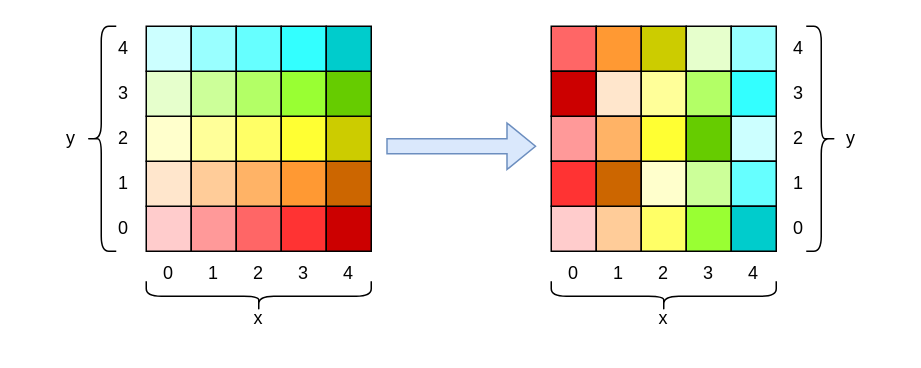
The draw.io diagram images/drawio templates/pi.drawio in niklaslorenz/abschlussarbeit, before the edit. Source tidied: cells renumbered, new cells numbered last; positions are measured from the earlier drawing's top-left corner, leaving out a move shared by most shapes. Both pictures are drawn from the tidied source at 150%, with x=0, y=0 at pixel (26, 26).
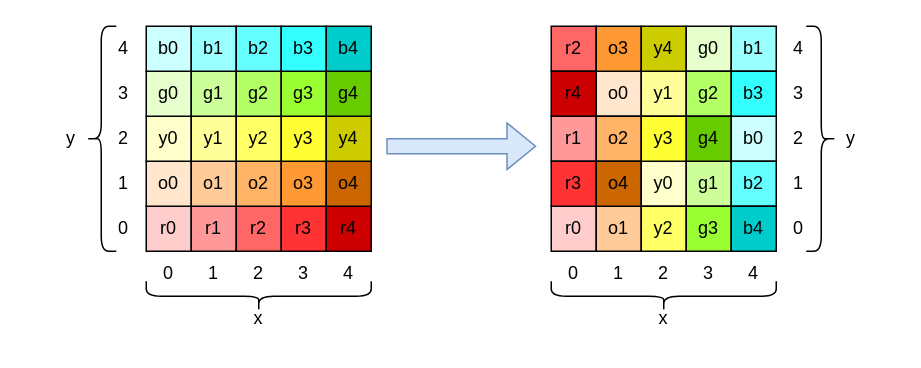
The same page after the edit.

The edit, as a diff of the source:
```diff
@@
-    <mxCell id="16" style="rounded=0;whiteSpace=wrap;html=1;fillColor=#FFCCCC;" parent="1" vertex="1">
+    <mxCell id="16" value="r0" style="rounded=0;whiteSpace=wrap;html=1;fillColor=#FFCCCC;" parent="1" vertex="1">
       <mxGeometry x="80" y="120" width="30" height="30" as="geometry" />
     </mxCell>
-    <mxCell id="17" style="rounded=0;whiteSpace=wrap;html=1;fillColor=#FF9999;" parent="1" vertex="1">
+    <mxCell id="17" value="r1" style="rounded=0;whiteSpace=wrap;html=1;fillColor=#FF9999;" parent="1" vertex="1">
       <mxGeometry x="110" y="120" width="30" height="30" as="geometry" />
     </mxCell>
-    <mxCell id="18" style="rounded=0;whiteSpace=wrap;html=1;fillColor=#FF6666;" parent="1" vertex="1">
+    <mxCell id="18" value="r2" style="rounded=0;whiteSpace=wrap;html=1;fillColor=#FF6666;" parent="1" vertex="1">
       <mxGeometry x="140" y="120" width="30" height="30" as="geometry" />
     </mxCell>
-    <mxCell id="19" style="rounded=0;whiteSpace=wrap;html=1;fillColor=#FF3333;" parent="1" vertex="1">
+    <mxCell id="19" value="r3" style="rounded=0;whiteSpace=wrap;html=1;fillColor=#FF3333;" parent="1" vertex="1">
       <mxGeometry x="170" y="120" width="30" height="30" as="geometry" />
     </mxCell>
-    <mxCell id="20" style="rounded=0;whiteSpace=wrap;html=1;fillColor=#CC0000;" parent="1" vertex="1">
+    <mxCell id="20" value="r4" style="rounded=0;whiteSpace=wrap;html=1;fillColor=#CC0000;" parent="1" vertex="1">
       <mxGeometry x="200" y="120" width="30" height="30" as="geometry" />
     </mxCell>
-    <mxCell id="21" style="rounded=0;whiteSpace=wrap;html=1;fillColor=#FFE6CC;" parent="1" vertex="1">
+    <mxCell id="21" value="o0" style="rounded=0;whiteSpace=wrap;html=1;fillColor=#FFE6CC;" parent="1" vertex="1">
       <mxGeometry x="80" y="90" width="30" height="30" as="geometry" />
     </mxCell>
-    <mxCell id="22" style="rounded=0;whiteSpace=wrap;html=1;fillColor=#FFCC99;" parent="1" vertex="1">
+    <mxCell id="22" value="o1" style="rounded=0;whiteSpace=wrap;html=1;fillColor=#FFCC99;" parent="1" vertex="1">
       <mxGeometry x="110" y="90" width="30" height="30" as="geometry" />
     </mxCell>
-    <mxCell id="23" style="rounded=0;whiteSpace=wrap;html=1;fillColor=#FFB366;" parent="1" vertex="1">
+    <mxCell id="23" value="o2" style="rounded=0;whiteSpace=wrap;html=1;fillColor=#FFB366;" parent="1" vertex="1">
       <mxGeometry x="140" y="90" width="30" height="30" as="geometry" />
     </mxCell>
-    <mxCell id="24" style="rounded=0;whiteSpace=wrap;html=1;fillColor=#FF9933;" parent="1" vertex="1">
+    <mxCell id="24" value="o3" style="rounded=0;whiteSpace=wrap;html=1;fillColor=#FF9933;" parent="1" vertex="1">
       <mxGeometry x="170" y="90" width="30" height="30" as="geometry" />
     </mxCell>
-    <mxCell id="25" style="rounded=0;whiteSpace=wrap;html=1;fillColor=#CC6600;" parent="1" vertex="1">
+    <mxCell id="25" value="o4" style="rounded=0;whiteSpace=wrap;html=1;fillColor=#CC6600;" parent="1" vertex="1">
       <mxGeometry x="200" y="90" width="30" height="30" as="geometry" />
     </mxCell>
-    <mxCell id="26" style="rounded=0;whiteSpace=wrap;html=1;fillColor=#FFFFCC;" parent="1" vertex="1">
+    <mxCell id="26" value="y0" style="rounded=0;whiteSpace=wrap;html=1;fillColor=#FFFFCC;" parent="1" vertex="1">
       <mxGeometry x="80" y="60" width="30" height="30" as="geometry" />
     </mxCell>
-    <mxCell id="27" style="rounded=0;whiteSpace=wrap;html=1;fillColor=#FFFF99;" parent="1" vertex="1">
+    <mxCell id="27" value="y1" style="rounded=0;whiteSpace=wrap;html=1;fillColor=#FFFF99;" parent="1" vertex="1">
       <mxGeometry x="110" y="60" width="30" height="30" as="geometry" />
     </mxCell>
-    <mxCell id="28" style="rounded=0;whiteSpace=wrap;html=1;fillColor=#FFFF66;" parent="1" vertex="1">
+    <mxCell id="28" value="y2" style="rounded=0;whiteSpace=wrap;html=1;fillColor=#FFFF66;" parent="1" vertex="1">
       <mxGeometry x="140" y="60" width="30" height="30" as="geometry" />
     </mxCell>
-    <mxCell id="29" style="rounded=0;whiteSpace=wrap;html=1;fillColor=#FFFF33;" parent="1" vertex="1">
+    <mxCell id="29" value="y3" style="rounded=0;whiteSpace=wrap;html=1;fillColor=#FFFF33;" parent="1" vertex="1">
       <mxGeometry x="170" y="60" width="30" height="30" as="geometry" />
     </mxCell>
-    <mxCell id="30" style="rounded=0;whiteSpace=wrap;html=1;fillColor=#CCCC00;" parent="1" vertex="1">
+    <mxCell id="30" value="y4" style="rounded=0;whiteSpace=wrap;html=1;fillColor=#CCCC00;" parent="1" vertex="1">
       <mxGeometry x="200" y="60" width="30" height="30" as="geometry" />
     </mxCell>
-    <mxCell id="31" style="rounded=0;whiteSpace=wrap;html=1;fillColor=#E6FFCC;" parent="1" vertex="1">
+    <mxCell id="31" value="g0" style="rounded=0;whiteSpace=wrap;html=1;fillColor=#E6FFCC;" parent="1" vertex="1">
       <mxGeometry x="80" y="30" width="30" height="30" as="geometry" />
     </mxCell>
-    <mxCell id="32" style="rounded=0;whiteSpace=wrap;html=1;fillColor=#CCFF99;" parent="1" vertex="1">
+    <mxCell id="32" value="g1" style="rounded=0;whiteSpace=wrap;html=1;fillColor=#CCFF99;" parent="1" vertex="1">
       <mxGeometry x="110" y="30" width="30" height="30" as="geometry" />
     </mxCell>
-    <mxCell id="33" style="rounded=0;whiteSpace=wrap;html=1;fillColor=#B3FF66;" parent="1" vertex="1">
+    <mxCell id="33" value="g2" style="rounded=0;whiteSpace=wrap;html=1;fillColor=#B3FF66;" parent="1" vertex="1">
       <mxGeometry x="140" y="30" width="30" height="30" as="geometry" />
     </mxCell>
-    <mxCell id="34" style="rounded=0;whiteSpace=wrap;html=1;fillColor=#99FF33;" parent="1" vertex="1">
+    <mxCell id="34" value="g3" style="rounded=0;whiteSpace=wrap;html=1;fillColor=#99FF33;" parent="1" vertex="1">
       <mxGeometry x="170" y="30" width="30" height="30" as="geometry" />
     </mxCell>
-    <mxCell id="35" style="rounded=0;whiteSpace=wrap;html=1;fillColor=#66CC00;" parent="1" vertex="1">
+    <mxCell id="35" value="g4" style="rounded=0;whiteSpace=wrap;html=1;fillColor=#66CC00;" parent="1" vertex="1">
       <mxGeometry x="200" y="30" width="30" height="30" as="geometry" />
     </mxCell>
-    <mxCell id="36" style="rounded=0;whiteSpace=wrap;html=1;fillColor=#CCFFFF;" parent="1" vertex="1">
+    <mxCell id="36" value="b0" style="rounded=0;whiteSpace=wrap;html=1;fillColor=#CCFFFF;" parent="1" vertex="1">
       <mxGeometry x="80" width="30" height="30" as="geometry" />
     </mxCell>
-    <mxCell id="37" style="rounded=0;whiteSpace=wrap;html=1;fillColor=#99FFFF;" parent="1" vertex="1">
+    <mxCell id="37" value="b1" style="rounded=0;whiteSpace=wrap;html=1;fillColor=#99FFFF;" parent="1" vertex="1">
       <mxGeometry x="110" width="30" height="30" as="geometry" />
     </mxCell>
-    <mxCell id="38" style="rounded=0;whiteSpace=wrap;html=1;fillColor=#66FFFF;" parent="1" vertex="1">
+    <mxCell id="38" value="b2" style="rounded=0;whiteSpace=wrap;html=1;fillColor=#66FFFF;" parent="1" vertex="1">
       <mxGeometry x="140" width="30" height="30" as="geometry" />
     </mxCell>
-    <mxCell id="39" style="rounded=0;whiteSpace=wrap;html=1;fillColor=#33FFFF;" parent="1" vertex="1">
+    <mxCell id="39" value="b3" style="rounded=0;whiteSpace=wrap;html=1;fillColor=#33FFFF;" parent="1" vertex="1">
       <mxGeometry x="170" width="30" height="30" as="geometry" />
     </mxCell>
-    <mxCell id="40" style="rounded=0;whiteSpace=wrap;html=1;fillColor=#00CCCC;" parent="1" vertex="1">
+    <mxCell id="40" value="b4" style="rounded=0;whiteSpace=wrap;html=1;fillColor=#00CCCC;" parent="1" vertex="1">
       <mxGeometry x="200" width="30" height="30" as="geometry" />
     </mxCell>
-    <mxCell id="41" style="rounded=0;whiteSpace=wrap;html=1;fillColor=#FFCCCC;" parent="1" vertex="1">
+    <mxCell id="41" value="r0" style="rounded=0;whiteSpace=wrap;html=1;fillColor=#FFCCCC;" parent="1" vertex="1">
       <mxGeometry x="350" y="120" width="30" height="30" as="geometry" />
     </mxCell>
-    <mxCell id="42" style="rounded=0;whiteSpace=wrap;html=1;fillColor=#FF9999;" parent="1" vertex="1">
+    <mxCell id="42" value="r1" style="rounded=0;whiteSpace=wrap;html=1;fillColor=#FF9999;" parent="1" vertex="1">
       <mxGeometry x="350" y="60" width="30" height="30" as="geometry" />
     </mxCell>
-    <mxCell id="43" style="rounded=0;whiteSpace=wrap;html=1;fillColor=#FF6666;" parent="1" vertex="1">
+    <mxCell id="43" value="r2" style="rounded=0;whiteSpace=wrap;html=1;fillColor=#FF6666;" parent="1" vertex="1">
       <mxGeometry x="350" width="30" height="30" as="geometry" />
     </mxCell>
-    <mxCell id="44" style="rounded=0;whiteSpace=wrap;html=1;fillColor=#FF3333;" parent="1" vertex="1">
+    <mxCell id="44" value="r3" style="rounded=0;whiteSpace=wrap;html=1;fillColor=#FF3333;" parent="1" vertex="1">
       <mxGeometry x="350" y="90" width="30" height="30" as="geometry" />
     </mxCell>
-    <mxCell id="45" style="rounded=0;whiteSpace=wrap;html=1;fillColor=#CC0000;" parent="1" vertex="1">
+    <mxCell id="45" value="r4" style="rounded=0;whiteSpace=wrap;html=1;fillColor=#CC0000;" parent="1" vertex="1">
       <mxGeometry x="350" y="30" width="30" height="30" as="geometry" />
     </mxCell>
-    <mxCell id="46" style="rounded=0;whiteSpace=wrap;html=1;fillColor=#FFE6CC;" parent="1" vertex="1">
+    <mxCell id="46" value="o0" style="rounded=0;whiteSpace=wrap;html=1;fillColor=#FFE6CC;" parent="1" vertex="1">
       <mxGeometry x="380" y="30" width="30" height="30" as="geometry" />
     </mxCell>
-    <mxCell id="47" style="rounded=0;whiteSpace=wrap;html=1;fillColor=#FFCC99;" parent="1" vertex="1">
+    <mxCell id="47" value="o1" style="rounded=0;whiteSpace=wrap;html=1;fillColor=#FFCC99;" parent="1" vertex="1">
       <mxGeometry x="380" y="120" width="30" height="30" as="geometry" />
     </mxCell>
-    <mxCell id="48" style="rounded=0;whiteSpace=wrap;html=1;fillColor=#FFB366;" parent="1" vertex="1">
+    <mxCell id="48" value="o2" style="rounded=0;whiteSpace=wrap;html=1;fillColor=#FFB366;" parent="1" vertex="1">
       <mxGeometry x="380" y="60" width="30" height="30" as="geometry" />
     </mxCell>
-    <mxCell id="49" style="rounded=0;whiteSpace=wrap;html=1;fillColor=#FF9933;" parent="1" vertex="1">
+    <mxCell id="49" value="o3" style="rounded=0;whiteSpace=wrap;html=1;fillColor=#FF9933;" parent="1" vertex="1">
       <mxGeometry x="380" width="30" height="30" as="geometry" />
     </mxCell>
-    <mxCell id="50" style="rounded=0;whiteSpace=wrap;html=1;fillColor=#CC6600;" parent="1" vertex="1">
+    <mxCell id="50" value="o4" style="rounded=0;whiteSpace=wrap;html=1;fillColor=#CC6600;" parent="1" vertex="1">
       <mxGeometry x="380" y="90" width="30" height="30" as="geometry" />
     </mxCell>
-    <mxCell id="51" style="rounded=0;whiteSpace=wrap;html=1;fillColor=#FFFFCC;" parent="1" vertex="1">
+    <mxCell id="51" value="y0" style="rounded=0;whiteSpace=wrap;html=1;fillColor=#FFFFCC;" parent="1" vertex="1">
       <mxGeometry x="410" y="90" width="30" height="30" as="geometry" />
     </mxCell>
-    <mxCell id="52" style="rounded=0;whiteSpace=wrap;html=1;fillColor=#FFFF99;" parent="1" vertex="1">
+    <mxCell id="52" value="y1" style="rounded=0;whiteSpace=wrap;html=1;fillColor=#FFFF99;" parent="1" vertex="1">
       <mxGeometry x="410" y="30" width="30" height="30" as="geometry" />
     </mxCell>
-    <mxCell id="53" style="rounded=0;whiteSpace=wrap;html=1;fillColor=#FFFF66;" parent="1" vertex="1">
+    <mxCell id="53" value="y2" style="rounded=0;whiteSpace=wrap;html=1;fillColor=#FFFF66;" parent="1" vertex="1">
       <mxGeometry x="410" y="120" width="30" height="30" as="geometry" />
     </mxCell>
-    <mxCell id="54" style="rounded=0;whiteSpace=wrap;html=1;fillColor=#FFFF33;" parent="1" vertex="1">
+    <mxCell id="54" value="y3" style="rounded=0;whiteSpace=wrap;html=1;fillColor=#FFFF33;" parent="1" vertex="1">
       <mxGeometry x="410" y="60" width="30" height="30" as="geometry" />
     </mxCell>
-    <mxCell id="55" style="rounded=0;whiteSpace=wrap;html=1;fillColor=#CCCC00;" parent="1" vertex="1">
+    <mxCell id="55" value="y4" style="rounded=0;whiteSpace=wrap;html=1;fillColor=#CCCC00;" parent="1" vertex="1">
       <mxGeometry x="410" width="30" height="30" as="geometry" />
     </mxCell>
-    <mxCell id="56" style="rounded=0;whiteSpace=wrap;html=1;fillColor=#E6FFCC;" parent="1" vertex="1">
+    <mxCell id="56" value="g0" style="rounded=0;whiteSpace=wrap;html=1;fillColor=#E6FFCC;" parent="1" vertex="1">
       <mxGeometry x="440" width="30" height="30" as="geometry" />
     </mxCell>
-    <mxCell id="57" style="rounded=0;whiteSpace=wrap;html=1;fillColor=#CCFF99;" parent="1" vertex="1">
+    <mxCell id="57" value="g1" style="rounded=0;whiteSpace=wrap;html=1;fillColor=#CCFF99;" parent="1" vertex="1">
       <mxGeometry x="440" y="90" width="30" height="30" as="geometry" />
     </mxCell>
-    <mxCell id="58" style="rounded=0;whiteSpace=wrap;html=1;fillColor=#B3FF66;" parent="1" vertex="1">
+    <mxCell id="58" value="g2" style="rounded=0;whiteSpace=wrap;html=1;fillColor=#B3FF66;" parent="1" vertex="1">
       <mxGeometry x="440" y="30" width="30" height="30" as="geometry" />
     </mxCell>
-    <mxCell id="59" style="rounded=0;whiteSpace=wrap;html=1;fillColor=#99FF33;" parent="1" vertex="1">
+    <mxCell id="59" value="g3" style="rounded=0;whiteSpace=wrap;html=1;fillColor=#99FF33;" parent="1" vertex="1">
       <mxGeometry x="440" y="120" width="30" height="30" as="geometry" />
     </mxCell>
-    <mxCell id="60" style="rounded=0;whiteSpace=wrap;html=1;fillColor=#66CC00;" parent="1" vertex="1">
+    <mxCell id="60" value="g4" style="rounded=0;whiteSpace=wrap;html=1;fillColor=#66CC00;" parent="1" vertex="1">
       <mxGeometry x="440" y="60" width="30" height="30" as="geometry" />
     </mxCell>
-    <mxCell id="61" style="rounded=0;whiteSpace=wrap;html=1;fillColor=#CCFFFF;" parent="1" vertex="1">
+    <mxCell id="61" value="b0" style="rounded=0;whiteSpace=wrap;html=1;fillColor=#CCFFFF;" parent="1" vertex="1">
       <mxGeometry x="470" y="60" width="30" height="30" as="geometry" />
     </mxCell>
-    <mxCell id="62" style="rounded=0;whiteSpace=wrap;html=1;fillColor=#99FFFF;" parent="1" vertex="1">
+    <mxCell id="62" value="b1" style="rounded=0;whiteSpace=wrap;html=1;fillColor=#99FFFF;" parent="1" vertex="1">
       <mxGeometry x="470" width="30" height="30" as="geometry" />
     </mxCell>
-    <mxCell id="63" style="rounded=0;whiteSpace=wrap;html=1;fillColor=#66FFFF;" parent="1" vertex="1">
+    <mxCell id="63" value="b2" style="rounded=0;whiteSpace=wrap;html=1;fillColor=#66FFFF;" parent="1" vertex="1">
       <mxGeometry x="470" y="90" width="30" height="30" as="geometry" />
     </mxCell>
-    <mxCell id="64" style="rounded=0;whiteSpace=wrap;html=1;fillColor=#33FFFF;" parent="1" vertex="1">
+    <mxCell id="64" value="b3" style="rounded=0;whiteSpace=wrap;html=1;fillColor=#33FFFF;" parent="1" vertex="1">
       <mxGeometry x="470" y="30" width="30" height="30" as="geometry" />
     </mxCell>
-    <mxCell id="65" style="rounded=0;whiteSpace=wrap;html=1;fillColor=#00CCCC;" parent="1" vertex="1">
+    <mxCell id="65" value="b4" style="rounded=0;whiteSpace=wrap;html=1;fillColor=#00CCCC;" parent="1" vertex="1">
       <mxGeometry x="470" y="120" width="30" height="30" as="geometry" />
     </mxCell>
```
